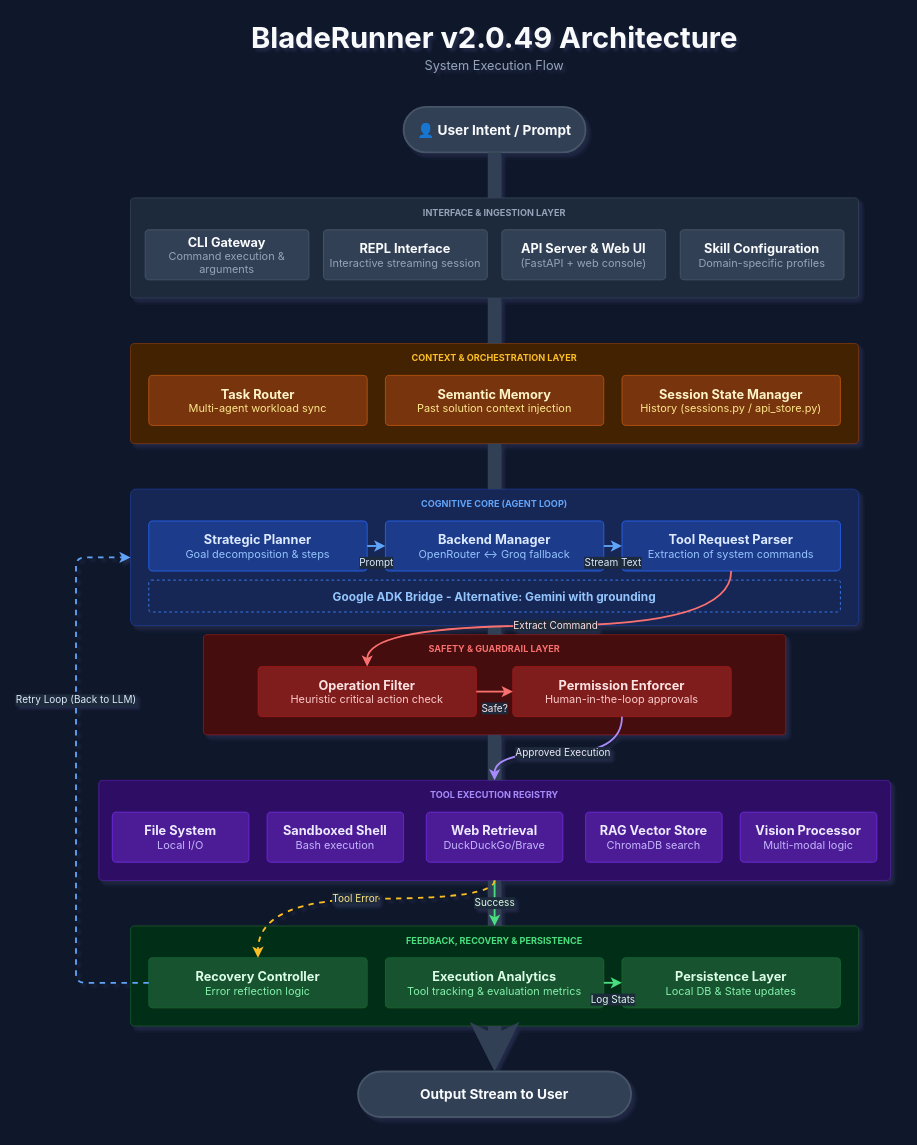
Earlier version of the draw.io diagram docs/ARCHITECTURE (dark).drawio (mann-127/BladeRunner). Source tidied: cells renumbered, new cells numbered last; positions are measured from the earlier drawing's top-left corner, leaving out a move shared by most shapes. Both pictures are drawn from the tidied source at 91%, with x=0, y=0 at pixel (76, 15).
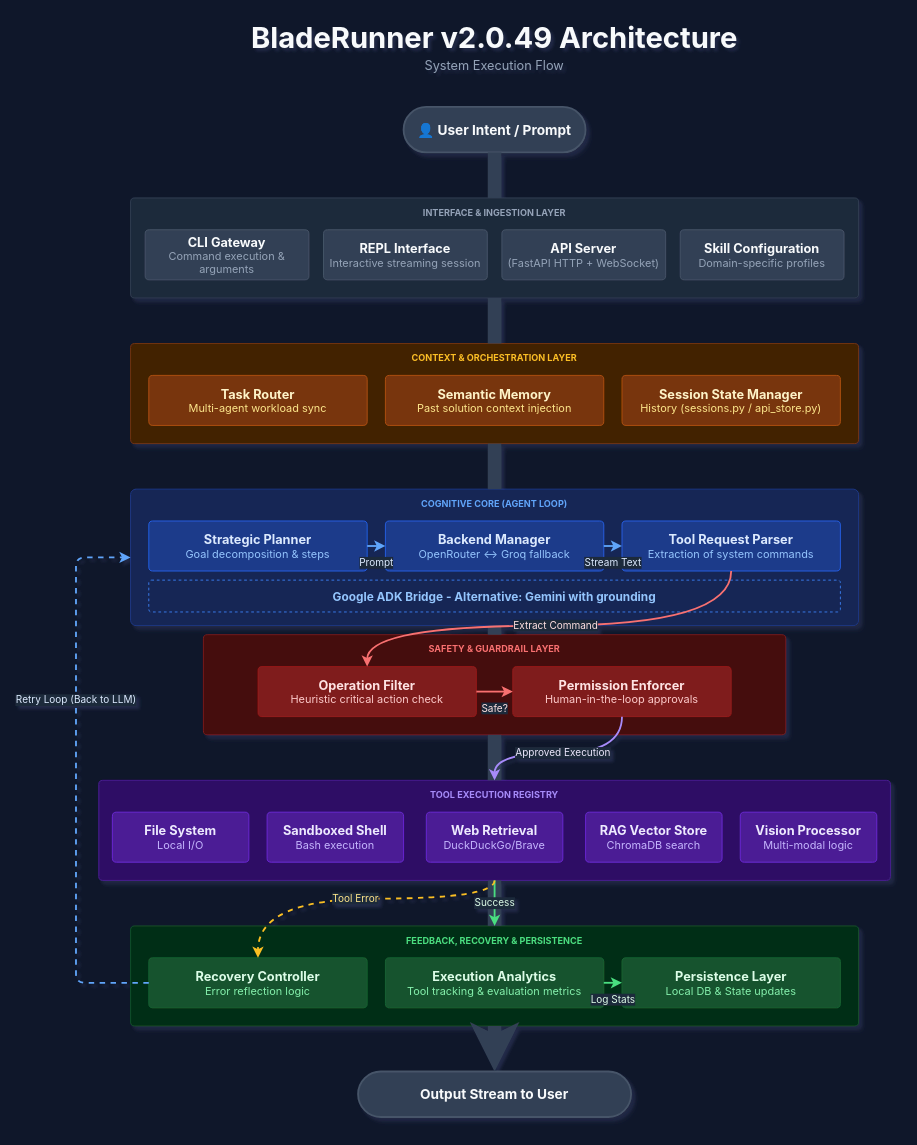
The same page after the edit.

The edit, as a diff of the source:
```diff
@@
-    <mxCell id="9" value="&lt;b style='font-size:14px;color:#F8FAFC'&gt;API Server &amp; Web UI&lt;/b&gt;&lt;br&gt;&lt;span style='font-size:12px;color:#94A3B8'&gt;(FastAPI + web console)&lt;/span&gt;" style="rounded=1;whiteSpace=wrap;html=1;fillColor=#334155;strokeColor=#475569;strokeWidth=1;fontFamily=Inter, sans-serif;arcSize=8;align=center;" parent="1" vertex="1">
+    <mxCell id="9" value="&lt;b style='font-size:14px;color:#F8FAFC'&gt;API Server&lt;/b&gt;&lt;br&gt;&lt;span style='font-size:12px;color:#94A3B8'&gt;(FastAPI HTTP + WebSocket)&lt;/span&gt;" style="rounded=1;whiteSpace=wrap;html=1;fillColor=#334155;strokeColor=#475569;strokeWidth=1;fontFamily=Inter, sans-serif;arcSize=8;align=center;" parent="1" vertex="1">
       <mxGeometry x="468" y="235" width="180" height="55" as="geometry" />
     </mxCell>
```
